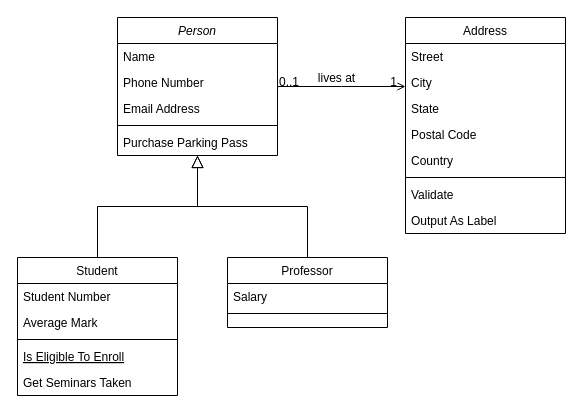
anilogutveren/feelthesteelwebpage keeps this draw.io diagram as Untitled Diagram.drawio. Above is the earlier version. Source tidied: cells renumbered, new cells numbered last; positions are measured from the earlier drawing's top-left corner, leaving out a move shared by most shapes. Both pictures are drawn from the tidied source at 100%, with x=0, y=0 at pixel (17, 17).
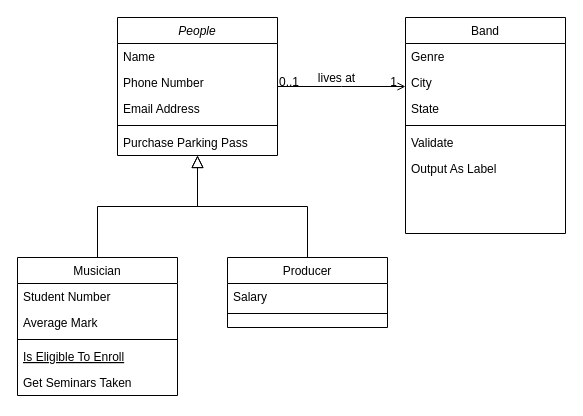
The same page after the edit.

Change to the diagram source:
```diff
@@
-    <mxCell id="2" value="Person" style="swimlane;fontStyle=2;align=center;verticalAlign=top;horizontal=1;startSize=26;rounded=0;shadow=0;strokeWidth=1;" parent="1" vertex="1">
+    <mxCell id="2" value="People" style="swimlane;fontStyle=2;align=center;verticalAlign=top;horizontal=1;startSize=26;rounded=0;shadow=0;strokeWidth=1;" parent="1" vertex="1">
       <mxGeometry x="100" width="160" height="138" as="geometry" />
     </mxCell>
@@
-    <mxCell id="8" value="Student" style="swimlane;fontStyle=0;align=center;verticalAlign=top;horizontal=1;startSize=26;rounded=0;shadow=0;strokeWidth=1;" parent="1" vertex="1">
+    <mxCell id="8" value="Musician" style="swimlane;fontStyle=0;align=center;verticalAlign=top;horizontal=1;startSize=26;rounded=0;shadow=0;strokeWidth=1;" parent="1" vertex="1">
       <mxGeometry y="240" width="160" height="138" as="geometry" />
     </mxCell>
@@
-    <mxCell id="15" value="Professor" style="swimlane;fontStyle=0;align=center;verticalAlign=top;horizontal=1;startSize=26;rounded=0;shadow=0;strokeWidth=1;" parent="1" vertex="1">
+    <mxCell id="15" value="Producer" style="swimlane;fontStyle=0;align=center;verticalAlign=top;horizontal=1;startSize=26;rounded=0;shadow=0;strokeWidth=1;" parent="1" vertex="1">
       <mxGeometry x="210" y="240" width="160" height="70" as="geometry" />
     </mxCell>
@@
-    <mxCell id="19" value="Address" style="swimlane;fontStyle=0;align=center;verticalAlign=top;horizontal=1;startSize=26;rounded=0;shadow=0;strokeWidth=1;" parent="1" vertex="1">
+    <mxCell id="19" value="Band" style="swimlane;fontStyle=0;align=center;verticalAlign=top;horizontal=1;startSize=26;rounded=0;shadow=0;strokeWidth=1;" parent="1" vertex="1">
       <mxGeometry x="388" width="160" height="216" as="geometry" />
     </mxCell>
-    <mxCell id="20" value="Street" style="text;align=left;verticalAlign=top;spacingLeft=4;spacingRight=4;overflow=hidden;" parent="19" vertex="1">
+    <mxCell id="20" value="Genre" style="text;align=left;verticalAlign=top;spacingLeft=4;spacingRight=4;overflow=hidden;" parent="19" vertex="1">
       <mxGeometry y="26" width="160" height="26" as="geometry" />
     </mxCell>
@@
-    <mxCell id="23" value="Postal Code" style="text;align=left;verticalAlign=top;spacingLeft=4;spacingRight=4;overflow=hidden;rounded=0;shadow=0;html=0;" parent="19" vertex="1">
-      <mxGeometry y="104" width="160" height="26" as="geometry" />
-    </mxCell>
-    <mxCell id="24" value="Country" style="text;align=left;verticalAlign=top;spacingLeft=4;spacingRight=4;overflow=hidden;rounded=0;shadow=0;html=0;" parent="19" vertex="1">
-      <mxGeometry y="130" width="160" height="26" as="geometry" />
-    </mxCell>
     <mxCell id="25" style="line;html=1;strokeWidth=1;align=left;verticalAlign=middle;spacingTop=-1;spacingLeft=3;spacingRight=3;labelPosition=right;" parent="19" vertex="1">
-      <mxGeometry y="156" width="160" height="8" as="geometry" />
+      <mxGeometry y="104" width="160" height="8" as="geometry" />
     </mxCell>
     <mxCell id="26" value="Validate" style="text;align=left;verticalAlign=top;spacingLeft=4;spacingRight=4;overflow=hidden;" parent="19" vertex="1">
-      <mxGeometry y="164" width="160" height="26" as="geometry" />
+      <mxGeometry y="112" width="160" height="26" as="geometry" />
     </mxCell>
     <mxCell id="27" value="Output As Label" style="text;align=left;verticalAlign=top;spacingLeft=4;spacingRight=4;overflow=hidden;" parent="19" vertex="1">
-      <mxGeometry y="190" width="160" height="26" as="geometry" />
+      <mxGeometry y="138" width="160" height="26" as="geometry" />
     </mxCell>
```
